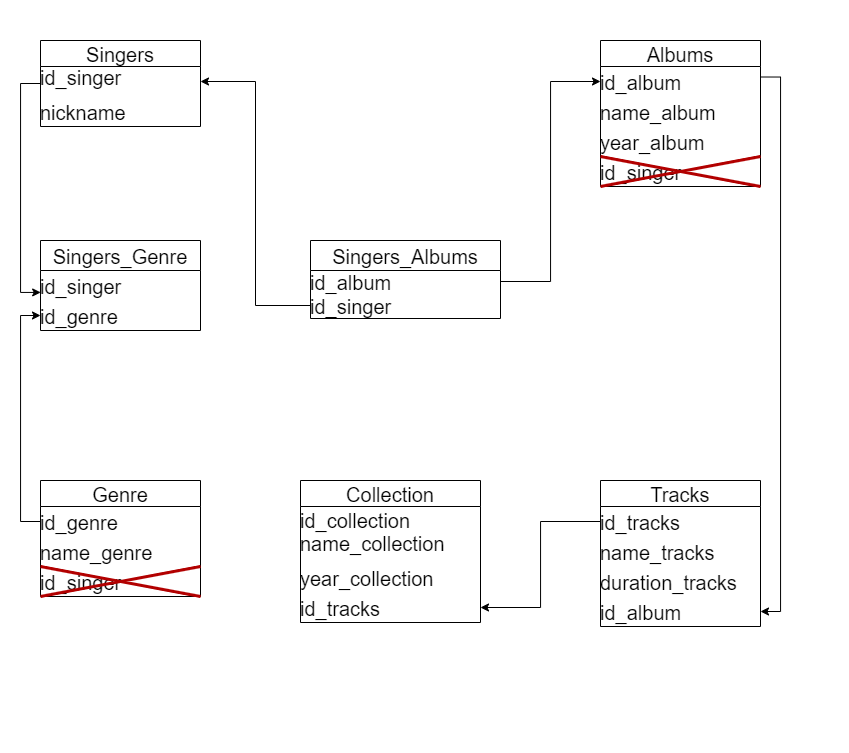
Above: Update BD/diagram_updated.png in AnastasiaLunina/SQL (draw.io), before the change. Source tidied: cells renumbered, new cells last; positions are measured from the earlier drawing's top-left corner, leaving out a move shared by most shapes.
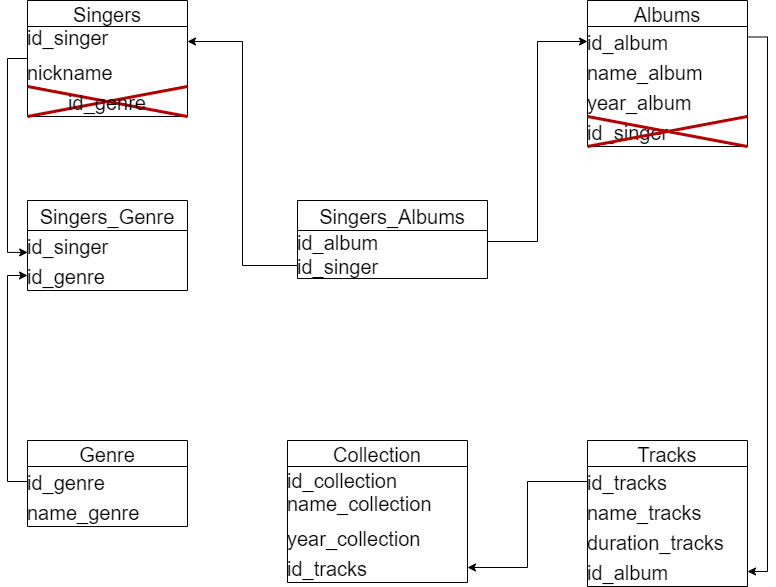
After the change.

The edit, as a diff of the source:
```diff
@@ -6,7 +6,7 @@
       <mxGeometry relative="1" as="geometry" />
     </mxCell>
     <mxCell id="3" value="Singers" style="swimlane;fontStyle=0;horizontal=1;startSize=26;align=center;fontSize=20;labelBackgroundColor=none;swimlaneLine=1;labelBorderColor=none;spacingTop=0;spacing=0;spacingLeft=0;spacingBottom=0;verticalAlign=middle;" parent="1" vertex="1">
-      <mxGeometry width="160" height="86" as="geometry" />
+      <mxGeometry width="160" height="116" as="geometry" />
     </mxCell>
     <mxCell id="4" value="id_singer            &#10;&#10;" style="text;spacingLeft=0;spacingRight=4;overflow=hidden;points=[[0,0.5],[1,0.5]];portConstraint=eastwest;fontSize=20;labelBackgroundColor=none;swimlaneLine=1;labelBorderColor=none;spacingTop=0;spacing=0;spacingBottom=0;verticalAlign=middle;" parent="3" vertex="1">
       <mxGeometry y="26" width="160" height="30" as="geometry" />
@@ -14,6 +14,9 @@
     <mxCell id="5" value="nickname" style="text;spacingLeft=0;spacingRight=4;overflow=hidden;fontSize=20;labelBackgroundColor=none;swimlaneLine=1;labelBorderColor=none;spacingTop=0;spacing=0;spacingBottom=0;verticalAlign=middle;" parent="3" vertex="1">
       <mxGeometry y="56" width="160" height="30" as="geometry" />
     </mxCell>
+    <mxCell id="38" style="text;spacingLeft=0;spacingRight=4;overflow=hidden;fontSize=20;labelBackgroundColor=none;swimlaneLine=1;labelBorderColor=none;spacingTop=0;spacing=0;spacingBottom=0;verticalAlign=middle;" parent="3" vertex="1">
+      <mxGeometry y="86" width="160" height="30" as="geometry" />
+    </mxCell>
     <mxCell id="6" style="edgeStyle=orthogonalEdgeStyle;rounded=0;jettySize=auto;exitX=1;exitY=0.25;exitDx=0;exitDy=0;entryX=1;entryY=0.5;entryDx=0;entryDy=0;fontSize=20;swimlaneLine=1;labelBorderColor=none;spacingTop=0;spacing=0;spacingLeft=0;spacingBottom=0;verticalAlign=middle;labelBackgroundColor=none;" parent="1" edge="1" source="7" target="16">
       <mxGeometry relative="1" as="geometry" />
     </mxCell>
@@ -48,7 +51,7 @@
       <mxGeometry y="116" width="160" height="30" as="geometry" />
     </mxCell>
     <mxCell id="17" value="Genre" style="swimlane;fontStyle=0;horizontal=1;startSize=26;align=center;fontSize=20;labelBackgroundColor=none;swimlaneLine=1;labelBorderColor=none;spacingTop=0;spacing=0;spacingLeft=0;spacingBottom=0;verticalAlign=middle;" parent="1" vertex="1">
-      <mxGeometry y="440" width="160" height="116" as="geometry" />
+      <mxGeometry y="440" width="160" height="86" as="geometry" />
     </mxCell>
     <mxCell id="18" value="id_genre" style="text;spacingLeft=0;spacingRight=4;overflow=hidden;points=[[0,0.5],[1,0.5]];portConstraint=eastwest;fontSize=20;labelBackgroundColor=none;swimlaneLine=1;labelBorderColor=none;spacingTop=0;spacing=0;spacingBottom=0;verticalAlign=middle;" parent="17" vertex="1">
       <mxGeometry y="26" width="160" height="30" as="geometry" />
@@ -56,9 +59,6 @@
     <mxCell id="19" value="name_genre" style="text;spacingLeft=0;spacingRight=4;overflow=hidden;fontSize=20;labelBackgroundColor=none;swimlaneLine=1;labelBorderColor=none;spacingTop=0;spacing=0;spacingBottom=0;verticalAlign=middle;" parent="17" vertex="1">
       <mxGeometry y="56" width="160" height="30" as="geometry" />
     </mxCell>
-    <mxCell id="20" value="id_singer" style="text;spacingLeft=0;spacingRight=4;overflow=hidden;fontSize=20;labelBackgroundColor=none;swimlaneLine=1;labelBorderColor=none;spacingTop=0;spacing=0;spacingBottom=0;verticalAlign=middle;" parent="17" vertex="1">
-      <mxGeometry y="86" width="160" height="30" as="geometry" />
-    </mxCell>
     <mxCell id="21" value="Singers_Genre" style="swimlane;fontStyle=0;horizontal=1;startSize=30;align=center;fontSize=20;swimlaneLine=1;labelBorderColor=none;spacingTop=0;spacing=0;spacingLeft=0;spacingBottom=0;verticalAlign=middle;labelBackgroundColor=none;" parent="1" vertex="1">
       <mxGeometry y="200" width="160" height="90" as="geometry" />
     </mxCell>
@@ -68,8 +68,8 @@
     <mxCell id="23" value="id_genre" style="text;strokeColor=none;fillColor=none;spacingLeft=0;spacingRight=4;overflow=hidden;points=[[0,0.5],[1,0.5]];portConstraint=eastwest;fontSize=20;swimlaneLine=1;labelBorderColor=none;spacingTop=0;spacing=0;spacingBottom=0;verticalAlign=middle;labelBackgroundColor=none;" parent="21" vertex="1">
       <mxGeometry y="60" width="160" height="30" as="geometry" />
     </mxCell>
-    <mxCell id="24" style="shape=umlDestroy;strokeWidth=3;fontSize=20;fillColor=#e51400;strokeColor=#B20000;fontColor=#ffffff;swimlaneLine=1;labelBorderColor=none;spacingTop=0;spacing=0;spacingLeft=0;spacingBottom=0;verticalAlign=middle;labelBackgroundColor=none;" parent="1" vertex="1">
-      <mxGeometry y="526" width="160" height="30" as="geometry" />
+    <mxCell id="24" value="id_genre" style="shape=umlDestroy;strokeWidth=3;fontSize=20;fillColor=#e51400;strokeColor=#B20000;fontColor=#000000;swimlaneLine=1;labelBorderColor=none;spacingTop=0;spacing=0;spacingLeft=0;spacingBottom=0;verticalAlign=middle;labelBackgroundColor=none;" parent="1" vertex="1">
+      <mxGeometry y="86" width="160" height="30" as="geometry" />
     </mxCell>
     <mxCell id="25" style="edgeStyle=orthogonalEdgeStyle;rounded=0;jettySize=auto;exitX=0;exitY=0.5;exitDx=0;exitDy=0;entryX=0;entryY=0.5;entryDx=0;entryDy=0;fontSize=20;swimlaneLine=1;labelBorderColor=none;spacingTop=0;spacing=0;spacingLeft=0;spacingBottom=0;verticalAlign=middle;labelBackgroundColor=none;" parent="1" edge="1" source="18" target="23">
       <mxGeometry relative="1" as="geometry" />
```
